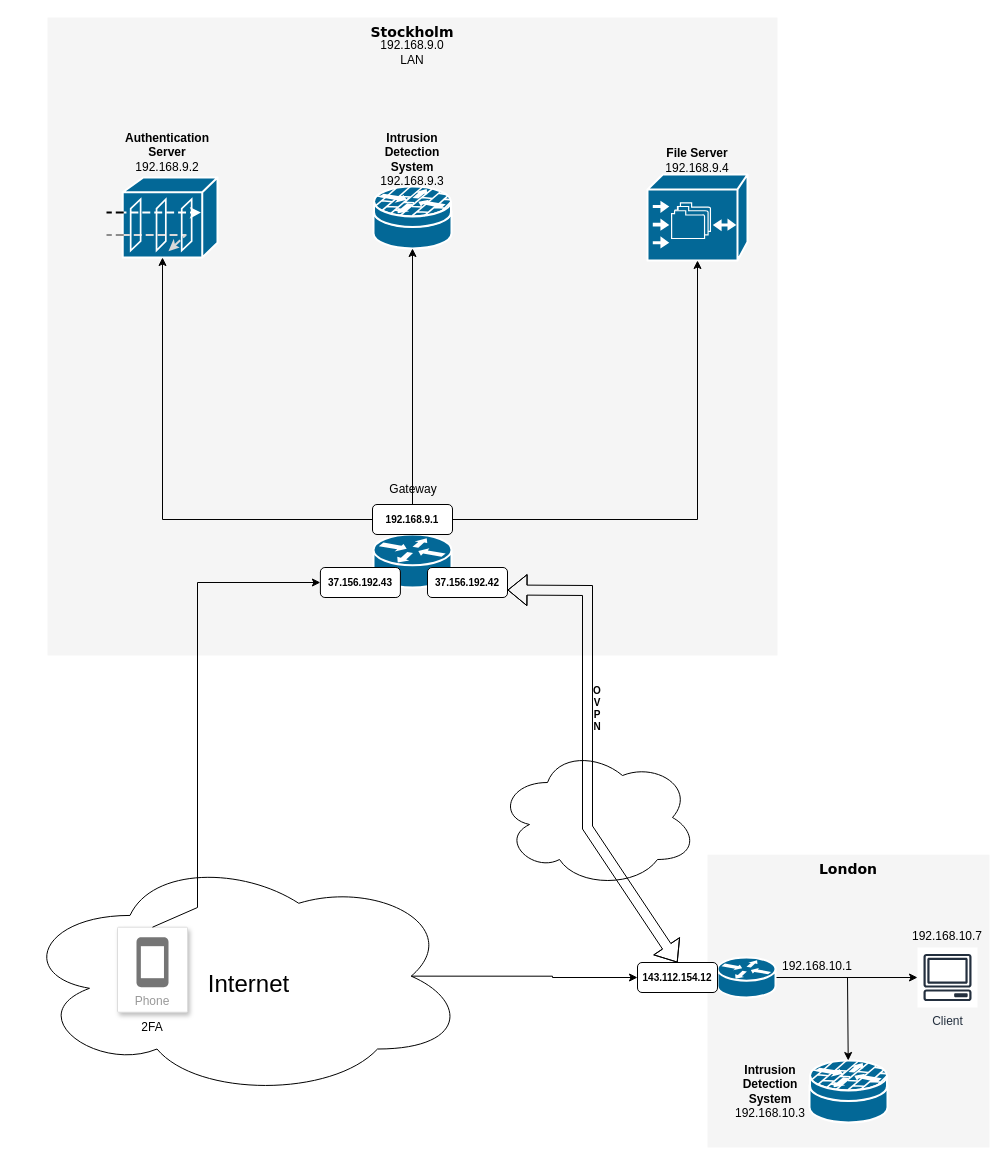
Before: Diagrams/Copy of Untitled Diagram.drawio in emilstahl97/Building-Networked-Systems-Security-EP2520, a draw.io diagram. Source tidied: cells renumbered, new cells numbered last; positions are measured from the earlier drawing's top-left corner, leaving out a move shared by most shapes. Both pictures are drawn from the tidied source at 100%, with x=0, y=0 at pixel (17, 17).
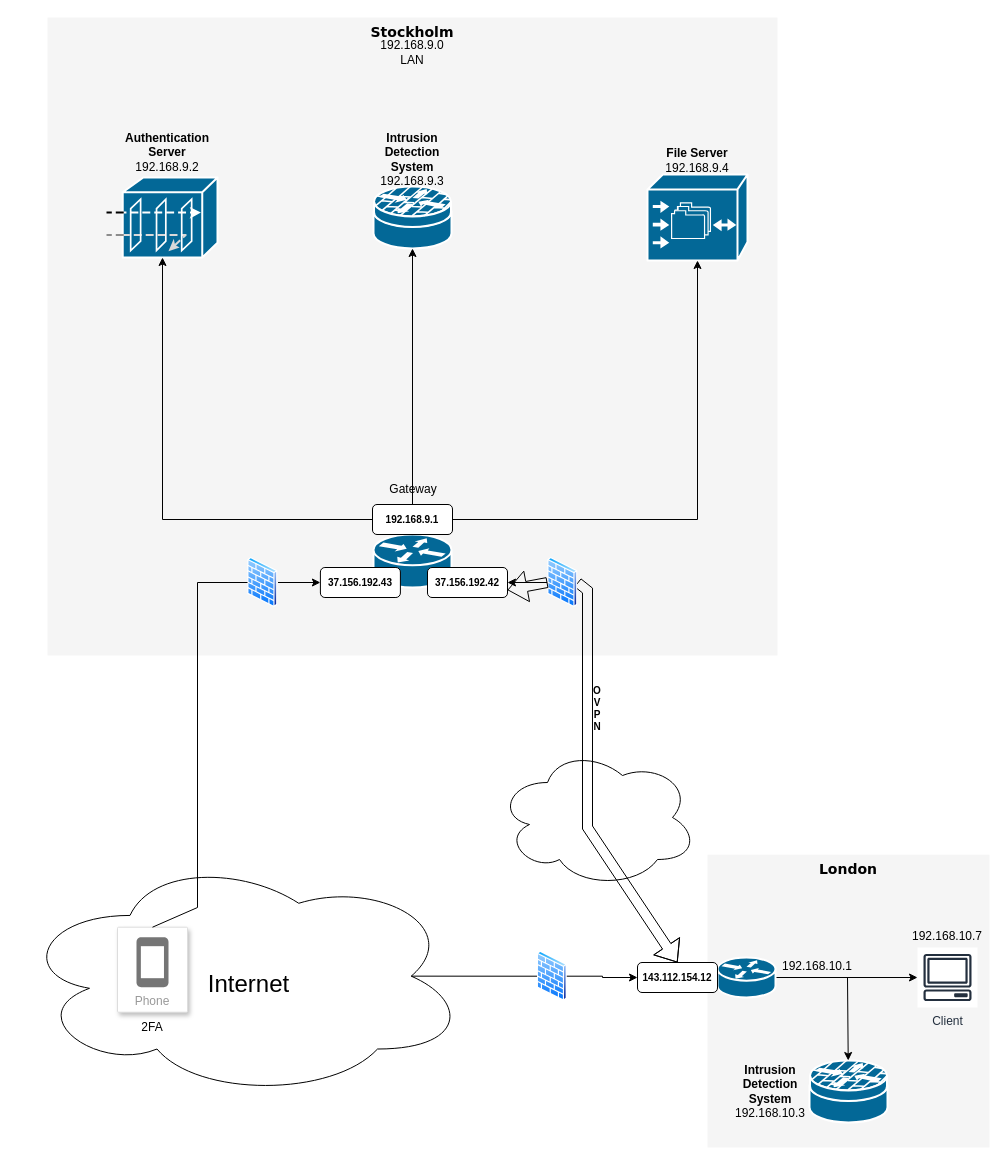
Above is the later version.

Unchanged cells that the change refers to:
```xml
<mxCell id="20" style="rounded=1;whiteSpace=wrap;html=1;fontSize=10;" parent="19" vertex="1">
  <mxGeometry width="80" height="30" as="geometry" />
</mxCell>
<mxCell id="22" value="&lt;b&gt;37.156.192.42&lt;/b&gt;" style="rounded=1;whiteSpace=wrap;html=1;fontSize=10;" parent="1" vertex="1">
  <mxGeometry x="410" y="550" width="80" height="30" as="geometry" />
</mxCell>
<mxCell id="23" value="&lt;b&gt;143.112.154.12&lt;/b&gt;" style="rounded=1;whiteSpace=wrap;html=1;fontSize=10;" parent="1" vertex="1">
  <mxGeometry x="620" y="945" width="80" height="30" as="geometry" />
</mxCell>
<mxCell id="25" style="ellipse;shape=cloud;whiteSpace=wrap;html=1;fontSize=24;" parent="24" vertex="1">
  <mxGeometry width="450" height="242.9" as="geometry" />
</mxCell>
```

Change to the diagram source:
```diff
@@
-    <mxCell id="32" style="edgeStyle=orthogonalEdgeStyle;rounded=0;jettySize=auto;html=1;exitX=0.875;exitY=0.5;exitDx=0;exitDy=0;exitPerimeter=0;entryX=0;entryY=0.5;entryDx=0;entryDy=0;fontSize=10;" parent="1" edge="1" source="25" target="23">
+    <mxCell id="32" style="edgeStyle=orthogonalEdgeStyle;rounded=0;jettySize=auto;html=1;exitX=0.875;exitY=0.5;exitDx=0;exitDy=0;exitPerimeter=0;entryX=0;entryY=0.5;entryDx=0;entryDy=0;fontSize=10;startArrow=none;" parent="1" edge="1" source="47" target="23">
       <mxGeometry relative="1" as="geometry" />
     </mxCell>
-    <mxCell id="33" style="edgeStyle=orthogonalEdgeStyle;rounded=0;jettySize=auto;html=1;exitX=0.4;exitY=0.1;exitDx=0;exitDy=0;exitPerimeter=0;entryX=0;entryY=0.5;entryDx=0;entryDy=0;fontSize=10;" parent="1" edge="1" source="25" target="20">
+    <mxCell id="33" style="edgeStyle=orthogonalEdgeStyle;rounded=0;jettySize=auto;html=1;exitX=1;exitY=0.5;exitDx=0;exitDy=0;entryX=0;entryY=0.5;entryDx=0;entryDy=0;fontSize=10;startArrow=none;" parent="1" edge="1" source="45" target="20">
       <mxGeometry relative="1" as="geometry" />
     </mxCell>
-    <mxCell id="34" style="shape=flexArrow;endArrow=classic;startArrow=classic;html=1;rounded=0;fontSize=10;entryX=0.5;entryY=0;entryDx=0;entryDy=0;exitX=1;exitY=0.75;exitDx=0;exitDy=0;" parent="1" edge="1" source="22" target="23">
+    <mxCell id="34" style="shape=flexArrow;endArrow=classic;startArrow=none;html=1;rounded=0;fontSize=10;entryX=0.5;entryY=0;entryDx=0;entryDy=0;" parent="1" edge="1" target="23">
       <mxGeometry relative="1" as="geometry">
+        <mxPoint x="560" y="565" as="sourcePoint" />
         <Array as="points">
           <mxPoint x="570" y="573" />
           <mxPoint x="570" y="810" />
         </Array>
       </mxGeometry>
     </mxCell>
@@
+    <mxCell id="45" style="perimeter=ellipsePerimeter;html=1;align=center;shadow=0;dashed=0;spacingTop=3;image;image=img/lib/active_directory/firewall.svg;" parent="1" vertex="1">
+      <mxGeometry x="230" y="540" width="30.5" height="50" as="geometry" />
+    </mxCell>
+    <mxCell id="46" style="edgeStyle=orthogonalEdgeStyle;rounded=0;jettySize=auto;html=1;exitX=0.4;exitY=0.1;exitDx=0;exitDy=0;exitPerimeter=0;entryX=0;entryY=0.5;entryDx=0;entryDy=0;fontSize=10;endArrow=none;" parent="1" edge="1" source="25" target="45">
+      <mxGeometry relative="1" as="geometry" />
+    </mxCell>
+    <mxCell id="47" style="perimeter=ellipsePerimeter;html=1;align=center;shadow=0;dashed=0;spacingTop=3;image;image=img/lib/active_directory/firewall.svg;" parent="1" vertex="1">
+      <mxGeometry x="519.5" y="933.7" width="30.5" height="50" as="geometry" />
+    </mxCell>
+    <mxCell id="48" style="edgeStyle=orthogonalEdgeStyle;rounded=0;jettySize=auto;html=1;exitX=0.875;exitY=0.5;exitDx=0;exitDy=0;exitPerimeter=0;entryX=0;entryY=0.5;entryDx=0;entryDy=0;fontSize=10;endArrow=none;" parent="1" edge="1" source="25" target="47">
+      <mxGeometry relative="1" as="geometry" />
+    </mxCell>
+    <mxCell id="49" style="edgeStyle=orthogonalEdgeStyle;rounded=0;jettySize=auto;html=1;" parent="1" edge="1" source="50" target="22">
+      <mxGeometry relative="1" as="geometry" />
+    </mxCell>
+    <mxCell id="50" style="perimeter=ellipsePerimeter;html=1;align=center;shadow=0;dashed=0;spacingTop=3;image;image=img/lib/active_directory/firewall.svg;" parent="1" vertex="1">
+      <mxGeometry x="530" y="540" width="30.5" height="50" as="geometry" />
+    </mxCell>
+    <mxCell id="51" style="shape=flexArrow;endArrow=none;startArrow=classic;html=1;rounded=0;fontSize=10;entryX=0;entryY=0.5;entryDx=0;entryDy=0;exitX=1;exitY=0.75;exitDx=0;exitDy=0;" parent="1" edge="1" source="22" target="50">
+      <mxGeometry relative="1" as="geometry" />
+    </mxCell>
```
